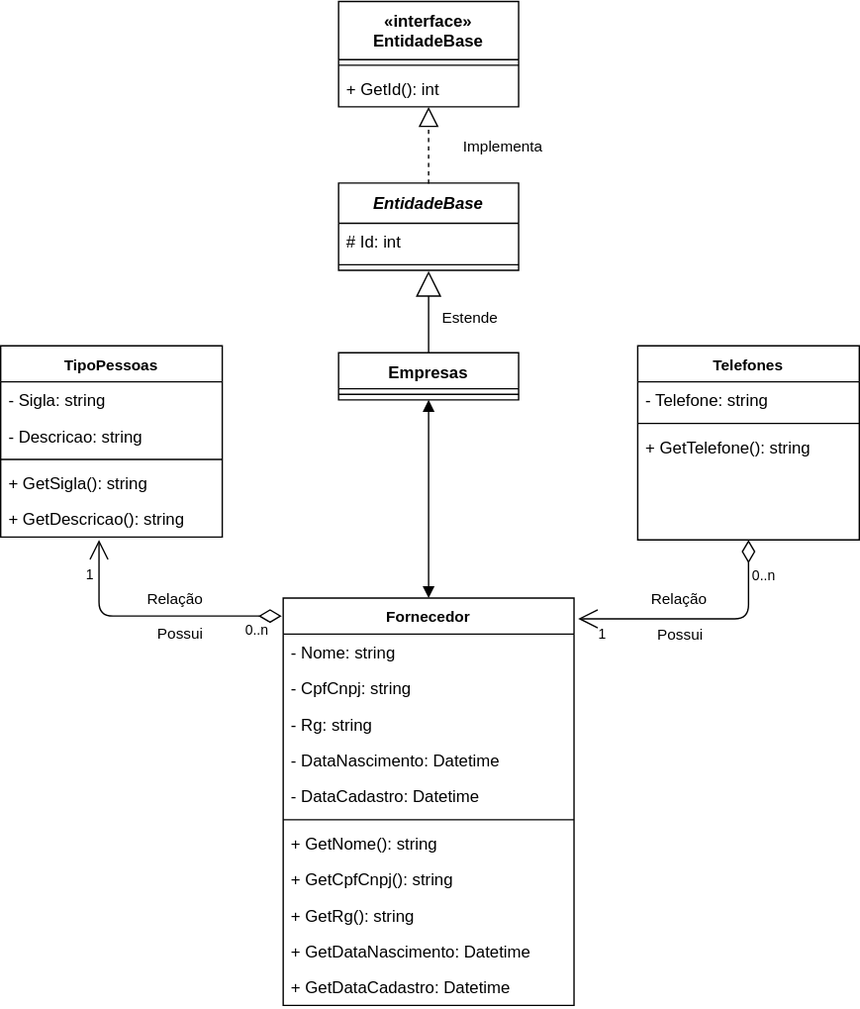
Above: doc/Mockup/Images/Diagrams/Diagrama de Classe - 02 - Fornecedor.svg in alexandredorea/SupplierCompany (draw.io), before the change. Source tidied: cells renumbered, new cells last; positions are measured from the earlier drawing's top-left corner, leaving out a move shared by most shapes.
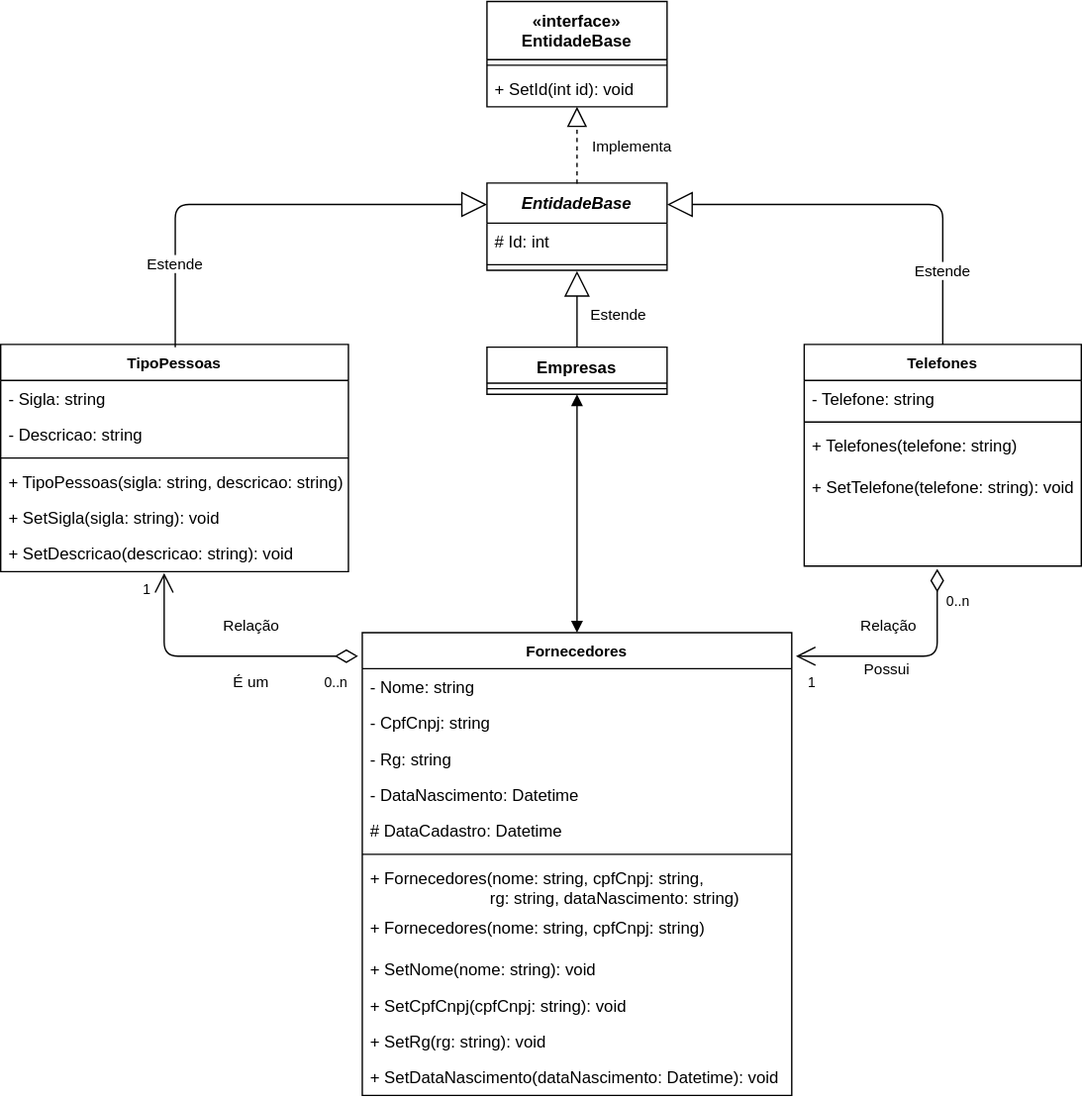
The same file after the commit.

Commit message:
Correções da documentação e commit do escopo da arquitetura da aplicação.

The edit, as a diff of the source:
```diff
@@ -3,13 +3,13 @@
     <mxCell id="0" />
     <mxCell id="1" parent="0" />
     <mxCell id="2" value="Empresas" style="swimlane;fontStyle=1;align=center;verticalAlign=top;horizontal=1;startSize=26;rounded=0;shadow=0;glass=0;strokeColor=#000000;fillColor=none;" parent="1" vertex="1">
-      <mxGeometry x="244" y="253" width="130" height="34" as="geometry" />
+      <mxGeometry x="320" y="250" width="130" height="34" as="geometry" />
     </mxCell>
     <mxCell id="3" style="line;strokeWidth=1;fillColor=none;align=left;verticalAlign=middle;spacingTop=-1;spacingLeft=3;spacingRight=3;labelPosition=right;" parent="2" vertex="1">
       <mxGeometry y="26" width="130" height="8" as="geometry" />
     </mxCell>
     <mxCell id="4" value="EntidadeBase" style="swimlane;fontStyle=3;align=center;verticalAlign=middle;horizontal=1;startSize=29;&#10;deletable=1;&#10;noLabel=0;&#10;html=1;&#10;rounded=0;&#10;shadow=0;&#10;glass=0;&#10;strokeColor=#000000;fillColor=none;labelBackgroundColor=#ffffff;" parent="1" vertex="1">
-      <mxGeometry x="244" y="130.5" width="130" height="63" as="geometry" />
+      <mxGeometry x="320" y="131.5" width="130" height="63" as="geometry" />
     </mxCell>
     <mxCell id="5" value="# Id: int" style="text;strokeColor=none;fillColor=none;align=left;verticalAlign=top;spacingLeft=4;spacingRight=4;overflow=hidden;" parent="4" vertex="1">
       <mxGeometry y="29" width="130" height="26" as="geometry" />
@@ -18,131 +18,154 @@
       <mxGeometry y="55" width="130" height="8" as="geometry" />
     </mxCell>
     <mxCell id="7" value="«interface»&#10;EntidadeBase" style="swimlane;fontStyle=1;align=center;verticalAlign=top;horizontal=1;startSize=42;rounded=0;shadow=0;glass=0;labelBackgroundColor=#ffffff;fillColor=none;html=0;" parent="1" vertex="1">
-      <mxGeometry x="244" y="-0.5" width="130" height="76" as="geometry" />
+      <mxGeometry x="320" y="0.5" width="130" height="76" as="geometry" />
     </mxCell>
     <mxCell id="8" style="line;strokeWidth=1;fillColor=none;align=left;verticalAlign=middle;spacingTop=-1;spacingLeft=3;spacingRight=3;labelPosition=right;" parent="7" vertex="1">
       <mxGeometry y="42" width="130" height="8" as="geometry" />
     </mxCell>
-    <mxCell id="9" value="+ GetId(): int" style="text;strokeColor=none;fillColor=none;align=left;verticalAlign=top;spacingLeft=4;spacingRight=4;overflow=hidden;points=[[0,0.5],[1,0.5]];portConstraint=eastwest;" parent="7" vertex="1">
+    <mxCell id="9" value="+ SetId(int id): void" style="text;strokeColor=none;fillColor=none;align=left;verticalAlign=top;spacingLeft=4;spacingRight=4;overflow=hidden;points=[[0,0.5],[1,0.5]];portConstraint=eastwest;" parent="7" vertex="1">
       <mxGeometry y="50" width="130" height="26" as="geometry" />
     </mxCell>
     <mxCell id="10" style="endArrow=block;dashed=1;endFill=0;endSize=12;html=1;exitX=0.5;exitY=0;" parent="1" edge="1" source="4" target="9">
       <mxGeometry relative="1" as="geometry" />
     </mxCell>
     <mxCell id="11" value="Implementa" style="text;align=center;fontStyle=0;verticalAlign=middle;spacingLeft=3;spacingRight=3;strokeColor=none;rounded=0;shadow=0;glass=0;labelBackgroundColor=#ffffff;startSize=42;fillColor=none;html=0;fontSize=11;" parent="1" vertex="1">
-      <mxGeometry x="323" y="91.5" width="80" height="26" as="geometry" />
+      <mxGeometry x="385" y="92.5" width="80" height="26" as="geometry" />
     </mxCell>
     <mxCell id="12" value="Estende" style="endArrow=block;endSize=16;endFill=0;html=1;exitX=0.5;exitY=0;entryX=0.5;entryY=1;" parent="1" edge="1" source="2" target="4">
       <mxGeometry x="-0.11" y="-30" relative="1" as="geometry" />
     </mxCell>
     <mxCell id="13" value="Telefones" style="swimlane;fontStyle=1;align=center;verticalAlign=top;horizontal=1;startSize=26;rounded=0;shadow=0;glass=0;labelBackgroundColor=#ffffff;fillColor=none;fontSize=11;html=0;" parent="1" vertex="1">
-      <mxGeometry x="460" y="248" width="160" height="140" as="geometry" />
+      <mxGeometry x="549" y="248" width="200" height="160" as="geometry" />
     </mxCell>
     <mxCell id="14" value="- Telefone: string" style="text;strokeColor=none;fillColor=none;align=left;verticalAlign=top;spacingLeft=4;spacingRight=4;overflow=hidden;" parent="13" vertex="1">
-      <mxGeometry y="26" width="160" height="26" as="geometry" />
+      <mxGeometry y="26" width="200" height="26" as="geometry" />
     </mxCell>
     <mxCell id="15" style="line;strokeWidth=1;fillColor=none;align=left;verticalAlign=middle;spacingTop=-1;spacingLeft=3;spacingRight=3;labelPosition=right;" parent="13" vertex="1">
-      <mxGeometry y="52" width="160" height="8" as="geometry" />
+      <mxGeometry y="52" width="200" height="8" as="geometry" />
     </mxCell>
-    <mxCell id="16" value="+ GetTelefone(): string" style="text;strokeColor=none;fillColor=none;align=left;verticalAlign=top;spacingLeft=4;spacingRight=4;overflow=hidden;points=[[0,0.5],[1,0.5]];portConstraint=eastwest;" parent="13" vertex="1">
-      <mxGeometry y="60" width="160" height="80" as="geometry" />
+    <mxCell id="16" value="+ Telefones(telefone: string)" style="text;strokeColor=none;fillColor=none;align=left;verticalAlign=top;spacingLeft=4;spacingRight=4;overflow=hidden;points=[[0,0.5],[1,0.5]];portConstraint=eastwest;" parent="13" vertex="1">
+      <mxGeometry y="60" width="200" height="30" as="geometry" />
     </mxCell>
+    <mxCell id="44" value="+ SetTelefone(telefone: string): void" style="text;strokeColor=none;fillColor=none;align=left;verticalAlign=top;spacingLeft=4;spacingRight=4;overflow=hidden;points=[[0,0.5],[1,0.5]];portConstraint=eastwest;" parent="13" vertex="1">
+      <mxGeometry y="90" width="200" height="70" as="geometry" />
+    </mxCell>
     <mxCell id="17" value="TipoPessoas" style="swimlane;fontStyle=1;align=center;verticalAlign=top;horizontal=1;startSize=26;rounded=0;shadow=0;glass=0;labelBackgroundColor=#ffffff;fillColor=none;fontSize=11;html=0;" parent="1" vertex="1">
-      <mxGeometry y="248" width="160" height="138" as="geometry" />
+      <mxGeometry x="-31" y="248" width="251" height="164" as="geometry" />
     </mxCell>
     <mxCell id="18" value="- Sigla: string" style="text;strokeColor=none;fillColor=none;align=left;verticalAlign=top;spacingLeft=4;spacingRight=4;overflow=hidden;" parent="17" vertex="1">
-      <mxGeometry y="26" width="160" height="26" as="geometry" />
+      <mxGeometry y="26" width="251" height="26" as="geometry" />
     </mxCell>
     <mxCell id="19" value="- Descricao: string" style="text;strokeColor=none;fillColor=none;align=left;verticalAlign=top;spacingLeft=4;spacingRight=4;overflow=hidden;" parent="17" vertex="1">
-      <mxGeometry y="52" width="160" height="26" as="geometry" />
+      <mxGeometry y="52" width="251" height="26" as="geometry" />
     </mxCell>
     <mxCell id="20" style="line;strokeWidth=1;fillColor=none;align=left;verticalAlign=middle;spacingTop=-1;spacingLeft=3;spacingRight=3;labelPosition=right;" parent="17" vertex="1">
-      <mxGeometry y="78" width="160" height="8" as="geometry" />
+      <mxGeometry y="78" width="251" height="8" as="geometry" />
     </mxCell>
-    <mxCell id="21" value="+ GetSigla(): string" style="text;strokeColor=none;fillColor=none;align=left;verticalAlign=top;spacingLeft=4;spacingRight=4;overflow=hidden;" parent="17" vertex="1">
-      <mxGeometry y="86" width="160" height="26" as="geometry" />
+    <mxCell id="21" value="+ TipoPessoas(sigla: string, descricao: string)" style="text;strokeColor=none;fillColor=none;align=left;verticalAlign=top;spacingLeft=4;spacingRight=4;overflow=hidden;" parent="17" vertex="1">
+      <mxGeometry y="86" width="251" height="26" as="geometry" />
     </mxCell>
+    <mxCell id="45" value="+ SetSigla(sigla: string): void" style="text;strokeColor=none;fillColor=none;align=left;verticalAlign=top;spacingLeft=4;spacingRight=4;overflow=hidden;" parent="17" vertex="1">
+      <mxGeometry y="112" width="251" height="26" as="geometry" />
+    </mxCell>
-    <mxCell id="22" value="+ GetDescricao(): string" style="text;strokeColor=none;fillColor=none;align=left;verticalAlign=top;spacingLeft=4;spacingRight=4;overflow=hidden;points=[[0,0.5],[1,0.5]];portConstraint=eastwest;" parent="17" vertex="1">
-      <mxGeometry y="112" width="160" height="26" as="geometry" />
+    <mxCell id="22" value="+ SetDescricao(descricao: string): void" style="text;strokeColor=none;fillColor=none;align=left;verticalAlign=top;spacingLeft=4;spacingRight=4;overflow=hidden;points=[[0,0.5],[1,0.5]];portConstraint=eastwest;" parent="17" vertex="1">
+      <mxGeometry y="138" width="251" height="26" as="geometry" />
     </mxCell>
-    <mxCell id="23" value="Fornecedor" style="swimlane;fontStyle=1;align=center;verticalAlign=top;horizontal=1;startSize=26;rounded=0;shadow=0;glass=0;labelBackgroundColor=#ffffff;fillColor=none;fontSize=11;html=0;" parent="1" vertex="1">
-      <mxGeometry x="204" y="430" width="210" height="294" as="geometry" />
+    <mxCell id="23" value="Fornecedores" style="swimlane;fontStyle=1;align=center;verticalAlign=top;horizontal=1;startSize=26;rounded=0;shadow=0;glass=0;labelBackgroundColor=#ffffff;fillColor=none;fontSize=11;html=0;" parent="1" vertex="1">
+      <mxGeometry x="230" y="456" width="310" height="334" as="geometry" />
     </mxCell>
     <mxCell id="24" value="- Nome: string" style="text;strokeColor=none;fillColor=none;align=left;verticalAlign=top;spacingLeft=4;spacingRight=4;overflow=hidden;" parent="23" vertex="1">
-      <mxGeometry y="26" width="210" height="26" as="geometry" />
+      <mxGeometry y="26" width="310" height="26" as="geometry" />
     </mxCell>
     <mxCell id="25" value="- CpfCnpj: string" style="text;strokeColor=none;fillColor=none;align=left;verticalAlign=top;spacingLeft=4;spacingRight=4;overflow=hidden;" parent="23" vertex="1">
-      <mxGeometry y="52" width="210" height="26" as="geometry" />
+      <mxGeometry y="52" width="310" height="26" as="geometry" />
     </mxCell>
     <mxCell id="26" value="- Rg: string" style="text;strokeColor=none;fillColor=none;align=left;verticalAlign=top;spacingLeft=4;spacingRight=4;overflow=hidden;" parent="23" vertex="1">
-      <mxGeometry y="78" width="210" height="26" as="geometry" />
+      <mxGeometry y="78" width="310" height="26" as="geometry" />
     </mxCell>
     <mxCell id="27" value="- DataNascimento: Datetime" style="text;strokeColor=none;fillColor=none;align=left;verticalAlign=top;spacingLeft=4;spacingRight=4;overflow=hidden;" parent="23" vertex="1">
-      <mxGeometry y="104" width="210" height="26" as="geometry" />
+      <mxGeometry y="104" width="310" height="26" as="geometry" />
     </mxCell>
-    <mxCell id="28" value="- DataCadastro: Datetime" style="text;strokeColor=none;fillColor=none;align=left;verticalAlign=top;spacingLeft=4;spacingRight=4;overflow=hidden;" parent="23" vertex="1">
-      <mxGeometry y="130" width="210" height="26" as="geometry" />
+    <mxCell id="28" value="# DataCadastro: Datetime" style="text;strokeColor=none;fillColor=none;align=left;verticalAlign=top;spacingLeft=4;spacingRight=4;overflow=hidden;" parent="23" vertex="1">
+      <mxGeometry y="130" width="310" height="26" as="geometry" />
     </mxCell>
     <mxCell id="29" style="line;strokeWidth=1;fillColor=none;align=left;verticalAlign=middle;spacingTop=-1;spacingLeft=3;spacingRight=3;labelPosition=right;" parent="23" vertex="1">
-      <mxGeometry y="156" width="210" height="8" as="geometry" />
+      <mxGeometry y="156" width="310" height="8" as="geometry" />
     </mxCell>
-    <mxCell id="30" value="+ GetNome(): string" style="text;strokeColor=none;fillColor=none;align=left;verticalAlign=top;spacingLeft=4;spacingRight=4;overflow=hidden;" parent="23" vertex="1">
-      <mxGeometry y="164" width="210" height="26" as="geometry" />
+    <mxCell id="30" value="+ Fornecedores(nome: string, cpfCnpj: string, &#10;                          rg: string, dataNascimento: string)" style="text;strokeColor=none;fillColor=none;align=left;verticalAlign=top;spacingLeft=4;spacingRight=4;overflow=hidden;" parent="23" vertex="1">
+      <mxGeometry y="164" width="310" height="36" as="geometry" />
     </mxCell>
+    <mxCell id="46" value="+ Fornecedores(nome: string, cpfCnpj: string)" style="text;strokeColor=none;fillColor=none;align=left;verticalAlign=top;spacingLeft=4;spacingRight=4;overflow=hidden;" parent="23" vertex="1">
+      <mxGeometry y="200" width="310" height="30" as="geometry" />
+    </mxCell>
+    <mxCell id="47" value="+ SetNome(nome: string): void" style="text;strokeColor=none;fillColor=none;align=left;verticalAlign=top;spacingLeft=4;spacingRight=4;overflow=hidden;" parent="23" vertex="1">
+      <mxGeometry y="230" width="310" height="26" as="geometry" />
+    </mxCell>
-    <mxCell id="31" value="+ GetCpfCnpj(): string" style="text;strokeColor=none;fillColor=none;align=left;verticalAlign=top;spacingLeft=4;spacingRight=4;overflow=hidden;" parent="23" vertex="1">
-      <mxGeometry y="190" width="210" height="26" as="geometry" />
+    <mxCell id="31" value="+ SetCpfCnpj(cpfCnpj: string): void" style="text;strokeColor=none;fillColor=none;align=left;verticalAlign=top;spacingLeft=4;spacingRight=4;overflow=hidden;" parent="23" vertex="1">
+      <mxGeometry y="256" width="310" height="26" as="geometry" />
     </mxCell>
-    <mxCell id="32" value="+ GetRg(): string" style="text;strokeColor=none;fillColor=none;align=left;verticalAlign=top;spacingLeft=4;spacingRight=4;overflow=hidden;" parent="23" vertex="1">
-      <mxGeometry y="216" width="210" height="26" as="geometry" />
+    <mxCell id="32" value="+ SetRg(rg: string): void" style="text;strokeColor=none;fillColor=none;align=left;verticalAlign=top;spacingLeft=4;spacingRight=4;overflow=hidden;" parent="23" vertex="1">
+      <mxGeometry y="282" width="310" height="26" as="geometry" />
     </mxCell>
-    <mxCell id="33" value="+ GetDataNascimento: Datetime" style="text;strokeColor=none;fillColor=none;align=left;verticalAlign=top;spacingLeft=4;spacingRight=4;overflow=hidden;" parent="23" vertex="1">
-      <mxGeometry y="242" width="210" height="26" as="geometry" />
+    <mxCell id="33" value="+ SetDataNascimento(dataNascimento: Datetime): void" style="text;strokeColor=none;fillColor=none;align=left;verticalAlign=top;spacingLeft=4;spacingRight=4;overflow=hidden;" parent="23" vertex="1">
+      <mxGeometry y="308" width="310" height="26" as="geometry" />
     </mxCell>
-    <mxCell id="34" value="+ GetDataCadastro: Datetime" style="text;strokeColor=none;fillColor=none;align=left;verticalAlign=top;spacingLeft=4;spacingRight=4;overflow=hidden;" parent="23" vertex="1">
-      <mxGeometry y="268" width="210" height="26" as="geometry" />
-    </mxCell>
-    <mxCell id="35" value="&amp;nbsp;Relação&amp;nbsp;" style="endArrow=open;html=1;endSize=12;startArrow=diamondThin;startSize=14;startFill=0;edgeStyle=orthogonalEdgeStyle;fontSize=11;exitX=-0.005;exitY=0.044;exitPerimeter=0;entryX=0.444;entryY=1.077;entryPerimeter=0;" parent="1" edge="1" source="23" target="22">
-      <mxGeometry x="-0.18" y="-13" relative="1" as="geometry">
-        <Array as="points">
-          <mxPoint x="71" y="443" />
-        </Array>
-      </mxGeometry>
-    </mxCell>
-    <mxCell id="36" value="0..n" style="html=1;align=left;verticalAlign=top;labelBackgroundColor=#ffffff;fontSize=10;" parent="35" vertex="1">
-      <mxGeometry x="-1" relative="1" as="geometry">
-        <mxPoint x="-29" y="-3" as="offset" />
-      </mxGeometry>
-    </mxCell>
-    <mxCell id="37" value="1" style="html=1;align=right;verticalAlign=top;labelBackgroundColor=#ffffff;fontSize=10;" parent="35" vertex="1">
-      <mxGeometry x="1" relative="1" as="geometry">
-        <mxPoint x="-1" y="12" as="offset" />
-      </mxGeometry>
-    </mxCell>
-    <mxCell id="38" value="Possui" style="text;align=center;fontStyle=0;verticalAlign=middle;spacingLeft=3;spacingRight=3;strokeColor=none;rounded=0;shadow=0;glass=0;labelBackgroundColor=#ffffff;startSize=42;fillColor=none;fontSize=11;html=0;" parent="1" vertex="1">
-      <mxGeometry x="90" y="443" width="80" height="26" as="geometry" />
+    <mxCell id="38" value="É um" style="text;align=center;fontStyle=0;verticalAlign=middle;spacingLeft=3;spacingRight=3;strokeColor=none;rounded=0;shadow=0;glass=0;labelBackgroundColor=#ffffff;startSize=42;fillColor=none;fontSize=11;html=0;" parent="1" vertex="1">
+      <mxGeometry x="110" y="479" width="80" height="26" as="geometry" />
     </mxCell>
-    <mxCell id="39" value="Relação" style="endArrow=open;html=1;endSize=12;startArrow=diamondThin;startSize=14;startFill=0;edgeStyle=orthogonalEdgeStyle;fontSize=11;exitX=0.5;exitY=1;exitPerimeter=0;entryX=1.014;entryY=0.051;entryPerimeter=0;" parent="1" edge="1" source="16" target="23">
-      <mxGeometry x="0.19" y="-15" relative="1" as="geometry">
-        <Array as="points">
-          <mxPoint x="540" y="445" />
-        </Array>
-      </mxGeometry>
-    </mxCell>
-    <mxCell id="40" value="0..n" style="html=1;align=left;verticalAlign=top;labelBackgroundColor=#ffffff;fontSize=10;" parent="39" vertex="1">
-      <mxGeometry x="-1" relative="1" as="geometry">
-        <mxPoint y="13" as="offset" />
-      </mxGeometry>
-    </mxCell>
-    <mxCell id="41" value="1" style="html=1;align=right;verticalAlign=top;labelBackgroundColor=#ffffff;fontSize=10;" parent="39" vertex="1">
-      <mxGeometry x="1" relative="1" as="geometry">
-        <mxPoint x="23" y="-2" as="offset" />
-      </mxGeometry>
-    </mxCell>
     <mxCell id="42" value="Possui" style="text;align=center;fontStyle=0;verticalAlign=middle;spacingLeft=3;spacingRight=3;strokeColor=none;rounded=0;shadow=0;glass=0;labelBackgroundColor=#ffffff;startSize=42;fillColor=none;fontSize=11;html=0;" parent="1" vertex="1">
-      <mxGeometry x="451" y="444" width="80" height="26" as="geometry" />
+      <mxGeometry x="569" y="470" width="80" height="26" as="geometry" />
     </mxCell>
     <mxCell id="43" style="endArrow=block;startArrow=block;endFill=1;startFill=1;html=1;fontSize=11;entryX=0.5;entryY=0;exitX=0.5;exitY=1;" parent="1" edge="1" source="2" target="23">
       <mxGeometry relative="1" as="geometry" />
     </mxCell>
+    <mxCell id="48" value="Estende" style="endArrow=block;endSize=16;endFill=0;html=1;exitX=0.5;exitY=0.014;entryX=0;entryY=0.25;exitPerimeter=0;" parent="1" edge="1" source="17" target="4">
+      <mxGeometry x="-0.63" relative="1" as="geometry">
+        <Array as="points">
+          <mxPoint x="95" y="147" />
+        </Array>
+      </mxGeometry>
+    </mxCell>
+    <mxCell id="49" value="Estende" style="endArrow=block;endSize=16;endFill=0;html=1;exitX=0.5;exitY=0;entryX=1;entryY=0.25;" parent="1" edge="1" source="13" target="4">
+      <mxGeometry x="-0.64" relative="1" as="geometry">
+        <Array as="points">
+          <mxPoint x="649" y="147" />
+        </Array>
+      </mxGeometry>
+    </mxCell>
+    <mxCell id="50" value="Relação" style="endArrow=open;html=1;endSize=12;startArrow=diamondThin;startSize=14;startFill=0;edgeStyle=orthogonalEdgeStyle;fontSize=11;exitX=0.48;exitY=1.029;exitPerimeter=0;entryX=1.01;entryY=0.051;entryPerimeter=0;" parent="1" edge="1" source="44" target="23">
+      <mxGeometry x="0.19" y="-23" relative="1" as="geometry">
+        <Array as="points">
+          <mxPoint x="645" y="473" />
+        </Array>
+      </mxGeometry>
+    </mxCell>
+    <mxCell id="51" value="0..n" style="html=1;align=left;verticalAlign=top;labelBackgroundColor=#ffffff;fontSize=10;" parent="50" vertex="1">
+      <mxGeometry x="-1" relative="1" as="geometry">
+        <mxPoint x="4" y="10" as="offset" />
+      </mxGeometry>
+    </mxCell>
+    <mxCell id="52" value="1" style="html=1;align=right;verticalAlign=top;labelBackgroundColor=#ffffff;fontSize=10;" parent="50" vertex="1">
+      <mxGeometry x="1" relative="1" as="geometry">
+        <mxPoint x="17" y="6" as="offset" />
+      </mxGeometry>
+    </mxCell>
+    <mxCell id="35" value="Relação" style="endArrow=open;html=1;endSize=12;startArrow=diamondThin;startSize=14;startFill=0;edgeStyle=orthogonalEdgeStyle;fontSize=11;exitX=-0.01;exitY=0.051;exitPerimeter=0;entryX=0.47;entryY=1.038;entryPerimeter=0;" parent="1" edge="1" source="23" target="22">
+      <mxGeometry x="0.63" y="-63" relative="1" as="geometry">
+        <Array as="points">
+          <mxPoint x="87" y="473" />
+        </Array>
+      </mxGeometry>
+    </mxCell>
+    <mxCell id="53" value="0..n" style="html=1;align=left;verticalAlign=top;labelBackgroundColor=#ffffff;fontSize=10;" parent="35" vertex="1">
+      <mxGeometry x="-1" relative="1" as="geometry">
+        <mxPoint x="-27" y="6" as="offset" />
+      </mxGeometry>
+    </mxCell>
+    <mxCell id="54" value="1" style="html=1;align=right;verticalAlign=top;labelBackgroundColor=#ffffff;fontSize=10;" parent="35" vertex="1">
+      <mxGeometry x="1" relative="1" as="geometry">
+        <mxPoint x="-7" y="-1" as="offset" />
+      </mxGeometry>
+    </mxCell>
   </root>
 </mxGraphModel>
```
